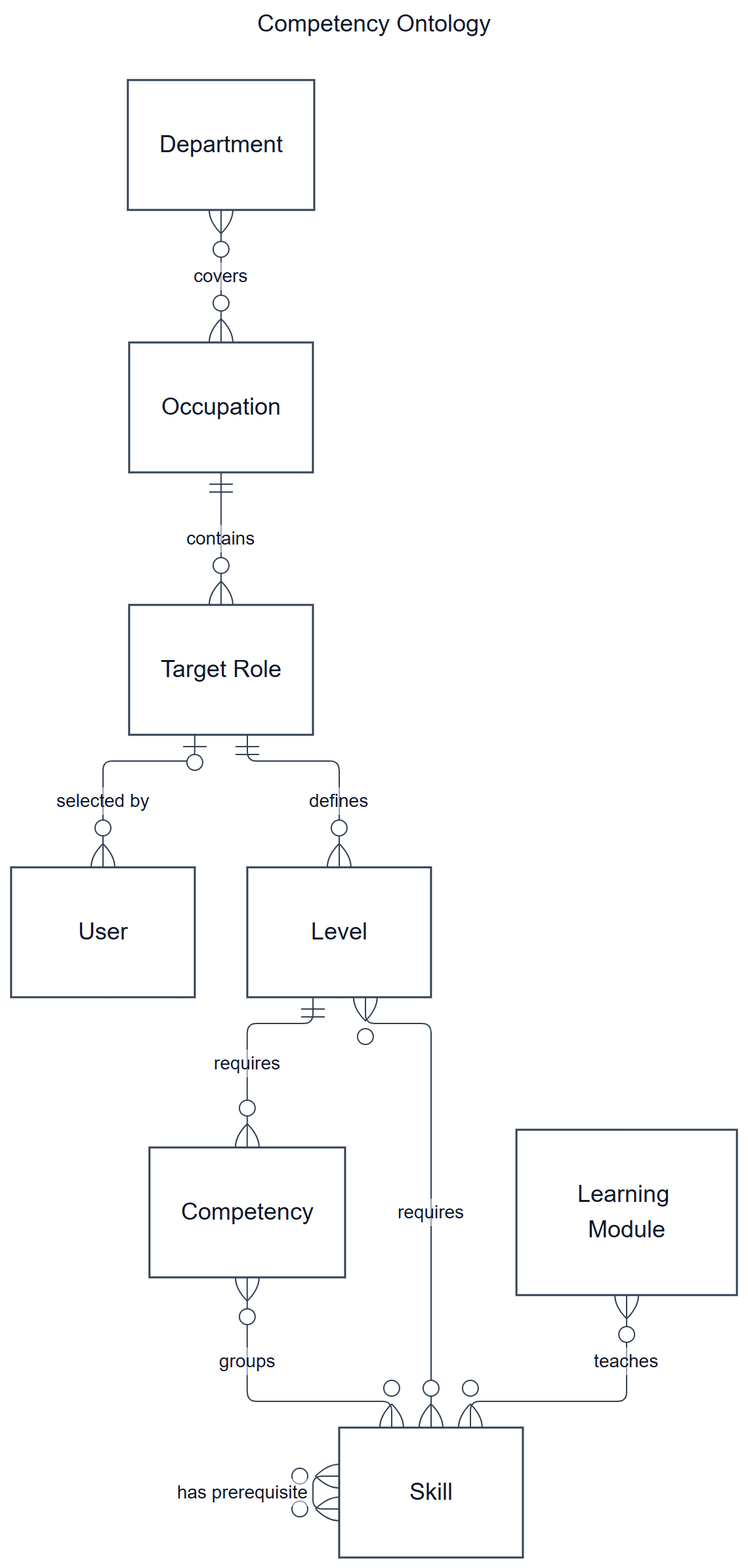
Before: documents/diagrams/mermaid/cerd-03.png, a diagram exported from Mermaid (SEP490-Fall-2026-GFA26SE64/SEP490). Its source is kept beside it as documents/diagrams/mermaid/cerd-03.mmd. The source it was exported from:
```mermaid
---
title: "Competency Ontology"
config:
  layout: elk
  look: classic
  theme: base
  fontFamily: "Arial, sans-serif"
  themeCSS: ".node rect { stroke: #334155 !important; stroke-width: 1.5px !important; filter: none !important; }"
  themeVariables: {background: "#ffffff", primaryColor: "#ffffff", primaryTextColor: "#0f172a", primaryBorderColor: "#334155", lineColor: "#334155", textColor: "#0f172a", edgeLabelBackground: "#ffffff", fontSize: "18px"}
  er: {nodeSpacing: 36, rankSpacing: 65, minEntityWidth: 140, diagramPadding: 24}
---
erDiagram
  C03_User["User"]
  C03_Department["Department"]
  C03_Job Position["Job Position"]
  C03_Role["Target Role"]
  C03_Level["Level"]
  C03_Competency["Competency"]
  C03_Skill["Skill"]
  C03_Module["Learning Module"]
  C03_Department }o--o{ C03_Job Position : "covers"
  C03_Job Position ||--o{ C03_Role : "contains"
  C03_Role |o--o{ C03_User : "selected by"
  C03_Role ||--o{ C03_Level : "defines"
  C03_Level ||--o{ C03_Competency : "requires"
  C03_Competency }o--o{ C03_Skill : "groups"
  C03_Level }o--o{ C03_Skill : "requires"
  C03_Module }o--o{ C03_Skill : "teaches"
  C03_Skill }o--o{ C03_Skill : "has prerequisite"
```
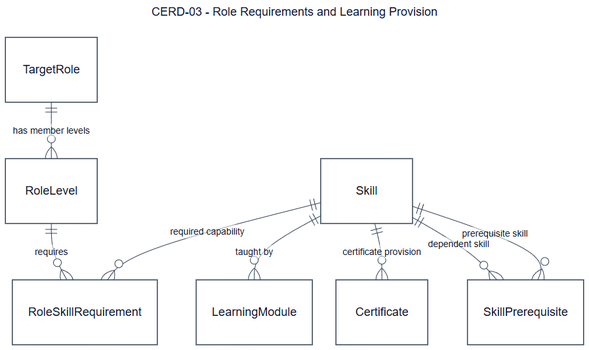
The same file after the commit.

Diff of the diagram source:
```diff
@@ -1,7 +1,7 @@
 ---
-title: "Competency Ontology"
+title: "CERD-03 - Role Requirements and Learning Provision"
 config:
-  layout: elk
+  layout: dagre
   look: classic
   theme: base
   fontFamily: "Arial, sans-serif"
@@ -10,20 +10,18 @@
   er: {nodeSpacing: 36, rankSpacing: 65, minEntityWidth: 140, diagramPadding: 24}
 ---
 erDiagram
-  C03_User["User"]
-  C03_Department["Department"]
-  C03_Job Position["Job Position"]
-  C03_Role["Target Role"]
-  C03_Level["Level"]
-  C03_Competency["Competency"]
-  C03_Skill["Skill"]
-  C03_Module["Learning Module"]
-  C03_Department }o--o{ C03_Job Position : "covers"
-  C03_Job Position ||--o{ C03_Role : "contains"
-  C03_Role |o--o{ C03_User : "selected by"
-  C03_Role ||--o{ C03_Level : "defines"
-  C03_Level ||--o{ C03_Competency : "requires"
-  C03_Competency }o--o{ C03_Skill : "groups"
-  C03_Level }o--o{ C03_Skill : "requires"
-  C03_Module }o--o{ C03_Skill : "teaches"
-  C03_Skill }o--o{ C03_Skill : "has prerequisite"
+  direction TB
+  TargetRole["TargetRole"]
+  RoleLevel["RoleLevel"]
+  RoleSkillRequirement["RoleSkillRequirement"]
+  Skill["Skill"]
+  LearningModule["LearningModule"]
+  Certificate["Certificate"]
+  SkillPrerequisite["SkillPrerequisite"]
+  TargetRole ||--o{ RoleLevel : "has member levels"
+  RoleLevel ||--o{ RoleSkillRequirement : "requires"
+  Skill ||--o{ RoleSkillRequirement : "required capability"
+  Skill ||--o{ LearningModule : "taught by"
+  Skill ||--o{ Certificate : "certificate provision"
+  Skill ||--o{ SkillPrerequisite : "dependent skill"
+  Skill ||--o{ SkillPrerequisite : "prerequisite skill"
```
